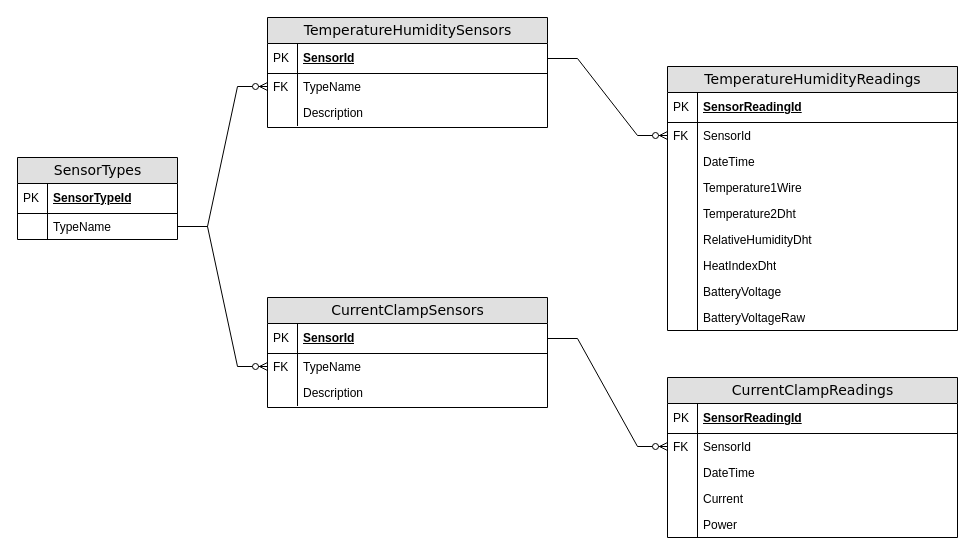
Before: DB Diagram.drawio in Gubitron/EnvironmentMonitor, a draw.io diagram. Source tidied: cells renumbered, new cells numbered last; positions are measured from the earlier drawing's top-left corner, leaving out a move shared by most shapes. Both pictures are drawn from the tidied source at 100%, with x=0, y=0 at pixel (17, 17).
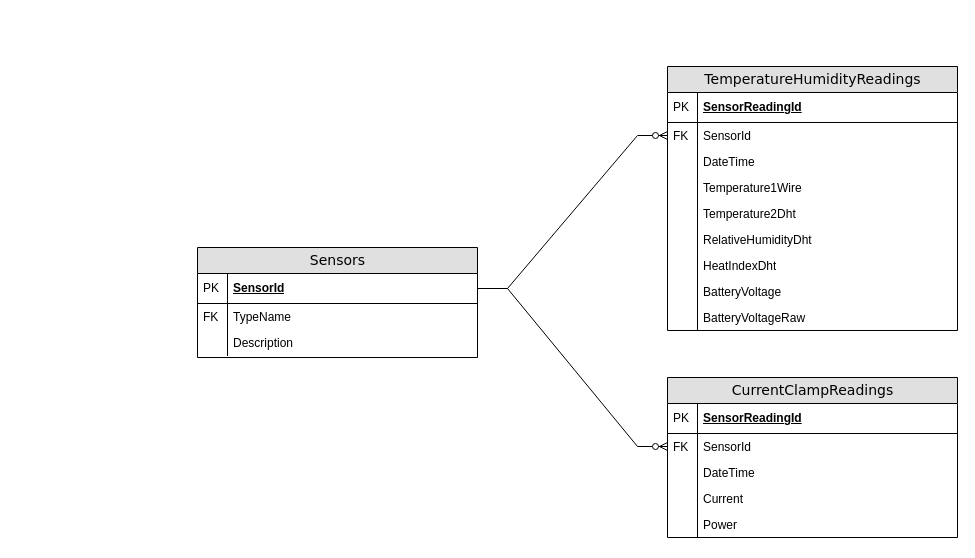
After the change.

Commit message:
Simplified DB diagram

Unchanged cells that the change refers to:
```xml
<mxCell id="8" value="SensorId" style="shape=partialRectangle;top=0;left=0;right=0;bottom=1;html=1;align=left;verticalAlign=middle;fillColor=none;spacingLeft=34;spacingRight=4;whiteSpace=wrap;overflow=hidden;points=[[0,0.5],[1,0.5]];portConstraint=eastwest;fontStyle=5;" parent="7" vertex="1">
  <mxGeometry y="26" width="280" height="30" as="geometry" />
</mxCell>
<mxCell id="10" value="TypeName" style="shape=partialRectangle;top=0;left=0;right=0;bottom=0;html=1;align=left;verticalAlign=top;fillColor=none;spacingLeft=34;spacingRight=4;whiteSpace=wrap;overflow=hidden;points=[[0,0.5],[1,0.5]];portConstraint=eastwest;" parent="7" vertex="1">
  <mxGeometry y="56" width="280" height="26" as="geometry" />
</mxCell>
<mxCell id="43" value="SensorId" style="shape=partialRectangle;top=0;left=0;right=0;bottom=0;html=1;align=left;verticalAlign=top;fillColor=none;spacingLeft=34;spacingRight=4;whiteSpace=wrap;overflow=hidden;points=[[0,0.5],[1,0.5]];portConstraint=eastwest;" parent="40" vertex="1">
  <mxGeometry y="56" width="290" height="26" as="geometry" />
</mxCell>
```

Diff of the diagram source:
```diff
@@
-    <mxCell id="2" value="SensorTypes" style="swimlane;html=1;fontStyle=0;horizontal=1;startSize=26;fillColor=#e0e0e0;swimlaneFillColor=#ffffff;align=center;rounded=0;shadow=0;comic=0;labelBackgroundColor=none;strokeWidth=1;fontFamily=Verdana;fontSize=14;swimlaneLine=1;" parent="1" vertex="1">
-      <mxGeometry y="140" width="160" height="82" as="geometry" />
-    </mxCell>
-    <mxCell id="3" value="SensorTypeId" style="shape=partialRectangle;top=0;left=0;right=0;bottom=1;html=1;align=left;verticalAlign=middle;fillColor=none;spacingLeft=34;spacingRight=4;whiteSpace=wrap;overflow=hidden;fontStyle=5;" parent="2" vertex="1">
-      <mxGeometry y="26" width="160" height="30" as="geometry" />
-    </mxCell>
-    <mxCell id="4" value="PK" style="shape=partialRectangle;top=0;left=0;bottom=0;html=1;fillColor=none;align=left;verticalAlign=middle;spacingLeft=4;spacingRight=4;whiteSpace=wrap;overflow=hidden;" parent="3" vertex="1">
-      <mxGeometry width="30" height="30" as="geometry" />
-    </mxCell>
-    <mxCell id="5" value="TypeName" style="shape=partialRectangle;top=0;left=0;right=0;bottom=0;html=1;align=left;verticalAlign=top;fillColor=none;spacingLeft=34;spacingRight=4;whiteSpace=wrap;overflow=hidden;points=[[0,0.5],[1,0.5]];portConstraint=eastwest;" parent="2" vertex="1">
-      <mxGeometry y="56" width="160" height="26" as="geometry" />
-    </mxCell>
-    <mxCell id="6" style="shape=partialRectangle;top=0;left=0;bottom=0;html=1;fillColor=none;align=left;verticalAlign=top;spacingLeft=4;spacingRight=4;whiteSpace=wrap;overflow=hidden;" parent="5" vertex="1">
-      <mxGeometry width="30" height="26" as="geometry" />
-    </mxCell>
-    <mxCell id="7" value="TemperatureHumiditySensors" style="swimlane;html=1;fontStyle=0;horizontal=1;startSize=26;fillColor=#e0e0e0;swimlaneFillColor=#ffffff;align=center;rounded=0;shadow=0;comic=0;labelBackgroundColor=none;strokeWidth=1;fontFamily=Verdana;fontSize=14;" parent="1" vertex="1">
-      <mxGeometry x="250" width="280" height="110" as="geometry" />
+    <mxCell id="7" value="Sensors" style="swimlane;html=1;fontStyle=0;horizontal=1;startSize=26;fillColor=#e0e0e0;swimlaneFillColor=#ffffff;align=center;rounded=0;shadow=0;comic=0;labelBackgroundColor=none;strokeWidth=1;fontFamily=Verdana;fontSize=14;" parent="1" vertex="1">
+      <mxGeometry x="180" y="230" width="280" height="110" as="geometry" />
     </mxCell>
@@
-    <mxCell id="33" value="CurrentClampSensors" style="swimlane;html=1;fontStyle=0;horizontal=1;startSize=26;fillColor=#e0e0e0;swimlaneFillColor=#ffffff;align=center;rounded=0;shadow=0;comic=0;labelBackgroundColor=none;strokeWidth=1;fontFamily=Verdana;fontSize=14;" parent="1" vertex="1">
-      <mxGeometry x="250" y="280" width="280" height="110" as="geometry" />
-    </mxCell>
-    <mxCell id="34" value="SensorId" style="shape=partialRectangle;top=0;left=0;right=0;bottom=1;html=1;align=left;verticalAlign=middle;fillColor=none;spacingLeft=34;spacingRight=4;whiteSpace=wrap;overflow=hidden;points=[[0,0.5],[1,0.5]];portConstraint=eastwest;fontStyle=5;" parent="33" vertex="1">
-      <mxGeometry y="26" width="280" height="30" as="geometry" />
-    </mxCell>
-    <mxCell id="35" value="PK" style="shape=partialRectangle;top=0;left=0;bottom=0;html=1;fillColor=none;align=left;verticalAlign=middle;spacingLeft=4;spacingRight=4;whiteSpace=wrap;overflow=hidden;" parent="34" vertex="1">
-      <mxGeometry width="30" height="30" as="geometry" />
-    </mxCell>
-    <mxCell id="36" value="TypeName" style="shape=partialRectangle;top=0;left=0;right=0;bottom=0;html=1;align=left;verticalAlign=top;fillColor=none;spacingLeft=34;spacingRight=4;whiteSpace=wrap;overflow=hidden;points=[[0,0.5],[1,0.5]];portConstraint=eastwest;" parent="33" vertex="1">
-      <mxGeometry y="56" width="280" height="26" as="geometry" />
-    </mxCell>
-    <mxCell id="37" value="FK" style="shape=partialRectangle;top=0;left=0;bottom=0;html=1;fillColor=none;align=left;verticalAlign=top;spacingLeft=4;spacingRight=4;whiteSpace=wrap;overflow=hidden;" parent="36" vertex="1">
-      <mxGeometry width="30" height="26" as="geometry" />
-    </mxCell>
-    <mxCell id="38" value="Description" style="shape=partialRectangle;top=0;left=0;right=0;bottom=0;html=1;align=left;verticalAlign=top;fillColor=none;spacingLeft=34;spacingRight=4;whiteSpace=wrap;overflow=hidden;" parent="33" vertex="1">
-      <mxGeometry y="82" width="280" height="26" as="geometry" />
-    </mxCell>
-    <mxCell id="39" style="shape=partialRectangle;top=0;left=0;bottom=0;html=1;fillColor=none;align=left;verticalAlign=top;spacingLeft=4;spacingRight=4;whiteSpace=wrap;overflow=hidden;" parent="38" vertex="1">
-      <mxGeometry width="30" height="26" as="geometry" />
-    </mxCell>
@@
-    <mxCell id="51" style="edgeStyle=entityRelationEdgeStyle;fontSize=12;html=1;endArrow=ERzeroToMany;endFill=1;rounded=0;exitX=1;exitY=0.5;exitDx=0;exitDy=0;entryX=0;entryY=0.5;entryDx=0;entryDy=0;" parent="1" edge="1" source="5" target="10">
-      <mxGeometry relative="1" as="geometry" />
-    </mxCell>
-    <mxCell id="52" style="edgeStyle=entityRelationEdgeStyle;fontSize=12;html=1;endArrow=ERzeroToMany;endFill=1;rounded=0;exitX=1;exitY=0.5;exitDx=0;exitDy=0;" parent="1" edge="1" source="5" target="36">
-      <mxGeometry relative="1" as="geometry" />
-    </mxCell>
@@
-    <mxCell id="54" style="edgeStyle=entityRelationEdgeStyle;fontSize=12;html=1;endArrow=ERzeroToMany;endFill=1;rounded=0;exitX=1;exitY=0.5;exitDx=0;exitDy=0;entryX=0;entryY=0.5;entryDx=0;entryDy=0;" parent="1" edge="1" source="34" target="43">
+    <mxCell id="54" style="edgeStyle=entityRelationEdgeStyle;fontSize=12;html=1;endArrow=ERzeroToMany;endFill=1;rounded=0;entryX=0;entryY=0.5;entryDx=0;entryDy=0;" parent="1" edge="1" source="8" target="43">
       <mxGeometry relative="1" as="geometry" />
     </mxCell>
```
